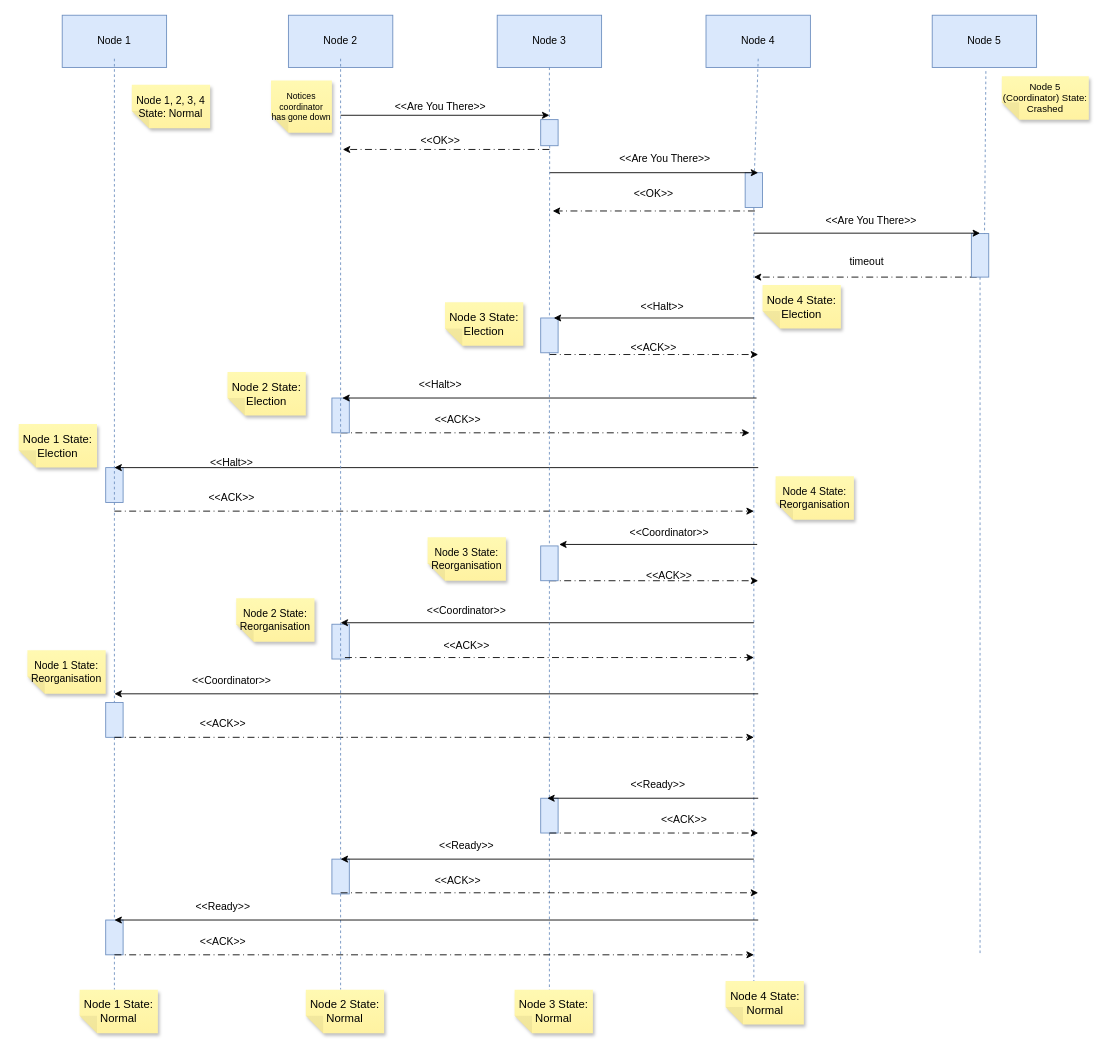
Before: docs/figures/sequence-diagram.drawio in pattygithubby/ds-p1-bully-election, a draw.io diagram. Source tidied: cells renumbered, new cells numbered last; positions are measured from the earlier drawing's top-left corner, leaving out a move shared by most shapes. Both pictures are drawn from the tidied source at 87%, with x=0, y=0 at pixel (18, 15).
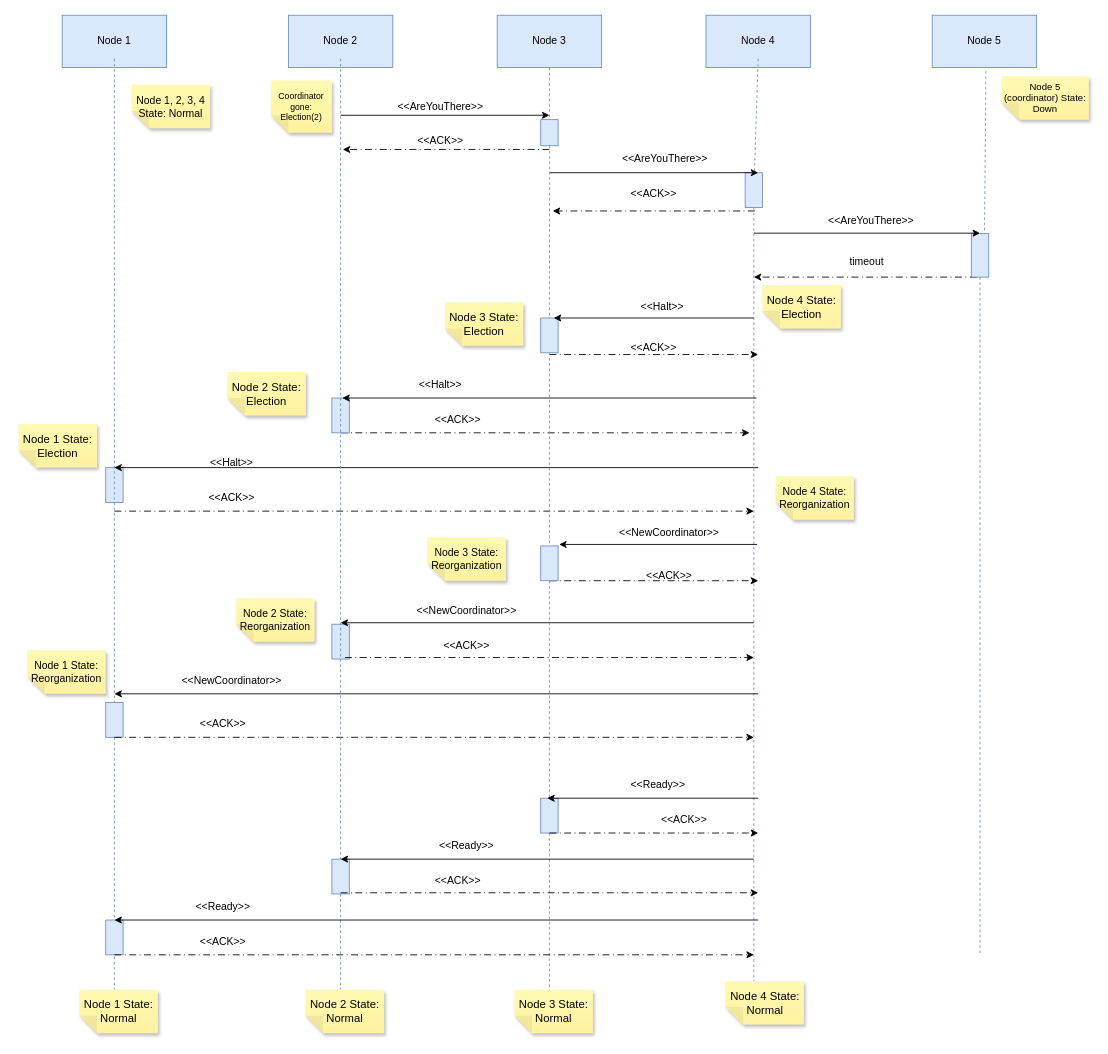
Above is the later version.

Diff of the diagram source:
```diff
@@
-    <mxCell id="17" value="&amp;lt;&amp;lt;Are You There&amp;gt;&amp;gt;" style="text;html=1;whiteSpace=wrap;strokeColor=none;fillColor=none;align=center;verticalAlign=middle;rounded=0;" parent="1" vertex="1">
+    <mxCell id="17" value="&amp;lt;&amp;lt;AreYouThere&amp;gt;&amp;gt;" style="text;html=1;whiteSpace=wrap;strokeColor=none;fillColor=none;align=center;verticalAlign=middle;rounded=0;" parent="1" vertex="1">
       <mxGeometry x="420" y="90" width="130" height="30" as="geometry" />
     </mxCell>
@@
-    <mxCell id="21" value="&amp;lt;&amp;lt;OK&amp;gt;&amp;gt;" style="text;html=1;whiteSpace=wrap;strokeColor=none;fillColor=none;align=center;verticalAlign=middle;rounded=0;" parent="1" vertex="1">
+    <mxCell id="21" value="&amp;lt;&amp;lt;ACK&amp;gt;&amp;gt;" style="text;html=1;whiteSpace=wrap;strokeColor=none;fillColor=none;align=center;verticalAlign=middle;rounded=0;" parent="1" vertex="1">
       <mxGeometry x="420" y="130" width="130" height="30" as="geometry" />
     </mxCell>
-    <mxCell id="22" value="&amp;lt;&amp;lt;Are You There&amp;gt;&amp;gt;" style="text;html=1;whiteSpace=wrap;strokeColor=none;fillColor=none;align=center;verticalAlign=middle;rounded=0;" parent="1" vertex="1">
+    <mxCell id="22" value="&amp;lt;&amp;lt;AreYouThere&amp;gt;&amp;gt;" style="text;html=1;whiteSpace=wrap;strokeColor=none;fillColor=none;align=center;verticalAlign=middle;rounded=0;" parent="1" vertex="1">
       <mxGeometry x="677.5" y="150" width="130" height="30" as="geometry" />
     </mxCell>
@@
-    <mxCell id="24" value="Node 5 (Coordinator) State: Crashed" style="shape=note;whiteSpace=wrap;html=1;backgroundOutline=1;fontColor=#000000;darkOpacity=0.05;fillColor=#FFF9B2;strokeColor=none;fillStyle=solid;direction=west;gradientDirection=north;gradientColor=#FFF2A1;shadow=1;size=20;autosizeText=1;fontSize=11;" parent="1" vertex="1">
+    <mxCell id="24" value="Node 5 (coordinator) State: Down" style="shape=note;whiteSpace=wrap;html=1;backgroundOutline=1;fontColor=#000000;darkOpacity=0.05;fillColor=#FFF9B2;strokeColor=none;fillStyle=solid;direction=west;gradientDirection=north;gradientColor=#FFF2A1;shadow=1;size=20;autosizeText=1;fontSize=11;" parent="1" vertex="1">
       <mxGeometry x="1130" y="70" width="100" height="50" as="geometry" />
     </mxCell>
-    <mxCell id="25" value="&amp;lt;&amp;lt;Are You There&amp;gt;&amp;gt;" style="text;html=1;whiteSpace=wrap;strokeColor=none;fillColor=none;align=center;verticalAlign=middle;rounded=0;" parent="1" vertex="1">
+    <mxCell id="25" value="&amp;lt;&amp;lt;AreYouThere&amp;gt;&amp;gt;" style="text;html=1;whiteSpace=wrap;strokeColor=none;fillColor=none;align=center;verticalAlign=middle;rounded=0;" parent="1" vertex="1">
       <mxGeometry x="915" y="221" width="130" height="30" as="geometry" />
     </mxCell>
@@
-    <mxCell id="27" value="&amp;lt;&amp;lt;OK&amp;gt;&amp;gt;" style="text;html=1;whiteSpace=wrap;strokeColor=none;fillColor=none;align=center;verticalAlign=middle;rounded=0;" parent="1" vertex="1">
+    <mxCell id="27" value="&amp;lt;&amp;lt;ACK&amp;gt;&amp;gt;" style="text;html=1;whiteSpace=wrap;strokeColor=none;fillColor=none;align=center;verticalAlign=middle;rounded=0;" parent="1" vertex="1">
       <mxGeometry x="665" y="191" width="130" height="30" as="geometry" />
     </mxCell>
@@
-    <mxCell id="30" value="&amp;lt;&amp;lt;Coordinator&amp;gt;&amp;gt;" style="text;html=1;whiteSpace=wrap;strokeColor=none;fillColor=none;align=center;verticalAlign=middle;rounded=0;" parent="1" vertex="1">
+    <mxCell id="30" value="&amp;lt;&amp;lt;NewCoordinator&amp;gt;&amp;gt;" style="text;html=1;whiteSpace=wrap;strokeColor=none;fillColor=none;align=center;verticalAlign=middle;rounded=0;" parent="1" vertex="1">
       <mxGeometry x="682.5" y="580" width="130" height="30" as="geometry" />
     </mxCell>
-    <mxCell id="31" value="&amp;lt;&amp;lt;Coordinator&amp;gt;&amp;gt;" style="text;html=1;whiteSpace=wrap;strokeColor=none;fillColor=none;align=center;verticalAlign=middle;rounded=0;" parent="1" vertex="1">
+    <mxCell id="31" value="&amp;lt;&amp;lt;NewCoordinator&amp;gt;&amp;gt;" style="text;html=1;whiteSpace=wrap;strokeColor=none;fillColor=none;align=center;verticalAlign=middle;rounded=0;" parent="1" vertex="1">
       <mxGeometry x="450" y="670" width="130" height="30" as="geometry" />
     </mxCell>
-    <mxCell id="32" value="&amp;lt;&amp;lt;Coordinator&amp;gt;&amp;gt;" style="text;html=1;whiteSpace=wrap;strokeColor=none;fillColor=none;align=center;verticalAlign=middle;rounded=0;" parent="1" vertex="1">
+    <mxCell id="32" value="&amp;lt;&amp;lt;NewCoordinator&amp;gt;&amp;gt;" style="text;html=1;whiteSpace=wrap;strokeColor=none;fillColor=none;align=center;verticalAlign=middle;rounded=0;" parent="1" vertex="1">
       <mxGeometry x="180" y="750" width="130" height="30" as="geometry" />
     </mxCell>
-    <mxCell id="33" value="Notices coordinator has gone down" style="shape=note;whiteSpace=wrap;html=1;backgroundOutline=1;fontColor=#000000;darkOpacity=0.05;fillColor=#FFF9B2;strokeColor=none;fillStyle=solid;direction=west;gradientDirection=north;gradientColor=#FFF2A1;shadow=1;size=20;autosizeText=1;fontSize=10;" parent="1" vertex="1">
+    <mxCell id="33" value="Coordinator gone: Election(2)" style="shape=note;whiteSpace=wrap;html=1;backgroundOutline=1;fontColor=#000000;darkOpacity=0.05;fillColor=#FFF9B2;strokeColor=none;fillStyle=solid;direction=west;gradientDirection=north;gradientColor=#FFF2A1;shadow=1;size=20;autosizeText=1;fontSize=10;" parent="1" vertex="1">
       <mxGeometry x="290" y="75" width="70" height="60" as="geometry" />
     </mxCell>
@@
-    <mxCell id="60" value="Node 4 State: Reorganisation" style="shape=note;whiteSpace=wrap;html=1;backgroundOutline=1;fontColor=#000000;darkOpacity=0.05;fillColor=#FFF9B2;strokeColor=none;fillStyle=solid;direction=west;gradientDirection=north;gradientColor=#FFF2A1;shadow=1;size=20;autosizeText=1;fontSize=12;" parent="1" vertex="1">
+    <mxCell id="60" value="Node 4 State: Reorganization" style="shape=note;whiteSpace=wrap;html=1;backgroundOutline=1;fontColor=#000000;darkOpacity=0.05;fillColor=#FFF9B2;strokeColor=none;fillStyle=solid;direction=west;gradientDirection=north;gradientColor=#FFF2A1;shadow=1;size=20;autosizeText=1;fontSize=12;" parent="1" vertex="1">
       <mxGeometry x="870" y="530" width="90" height="50" as="geometry" />
     </mxCell>
@@
-    <mxCell id="73" value="Node 3 State: Reorganisation" style="shape=note;whiteSpace=wrap;html=1;backgroundOutline=1;fontColor=#000000;darkOpacity=0.05;fillColor=#FFF9B2;strokeColor=none;fillStyle=solid;direction=west;gradientDirection=north;gradientColor=#FFF2A1;shadow=1;size=20;autosizeText=1;fontSize=12;" parent="1" vertex="1">
+    <mxCell id="73" value="Node 3 State: Reorganization" style="shape=note;whiteSpace=wrap;html=1;backgroundOutline=1;fontColor=#000000;darkOpacity=0.05;fillColor=#FFF9B2;strokeColor=none;fillStyle=solid;direction=west;gradientDirection=north;gradientColor=#FFF2A1;shadow=1;size=20;autosizeText=1;fontSize=12;" parent="1" vertex="1">
       <mxGeometry x="470" y="600" width="90" height="50" as="geometry" />
     </mxCell>
-    <mxCell id="74" value="Node 2 State: Reorganisation" style="shape=note;whiteSpace=wrap;html=1;backgroundOutline=1;fontColor=#000000;darkOpacity=0.05;fillColor=#FFF9B2;strokeColor=none;fillStyle=solid;direction=west;gradientDirection=north;gradientColor=#FFF2A1;shadow=1;size=20;autosizeText=1;fontSize=12;" parent="1" vertex="1">
+    <mxCell id="74" value="Node 2 State: Reorganization" style="shape=note;whiteSpace=wrap;html=1;backgroundOutline=1;fontColor=#000000;darkOpacity=0.05;fillColor=#FFF9B2;strokeColor=none;fillStyle=solid;direction=west;gradientDirection=north;gradientColor=#FFF2A1;shadow=1;size=20;autosizeText=1;fontSize=12;" parent="1" vertex="1">
       <mxGeometry x="250" y="670" width="90" height="50" as="geometry" />
     </mxCell>
-    <mxCell id="75" value="Node 1 State: Reorganisation" style="shape=note;whiteSpace=wrap;html=1;backgroundOutline=1;fontColor=#000000;darkOpacity=0.05;fillColor=#FFF9B2;strokeColor=none;fillStyle=solid;direction=west;gradientDirection=north;gradientColor=#FFF2A1;shadow=1;size=20;autosizeText=1;fontSize=12;" parent="1" vertex="1">
+    <mxCell id="75" value="Node 1 State: Reorganization" style="shape=note;whiteSpace=wrap;html=1;backgroundOutline=1;fontColor=#000000;darkOpacity=0.05;fillColor=#FFF9B2;strokeColor=none;fillStyle=solid;direction=west;gradientDirection=north;gradientColor=#FFF2A1;shadow=1;size=20;autosizeText=1;fontSize=12;" parent="1" vertex="1">
       <mxGeometry x="10" y="730" width="90" height="50" as="geometry" />
     </mxCell>
```
